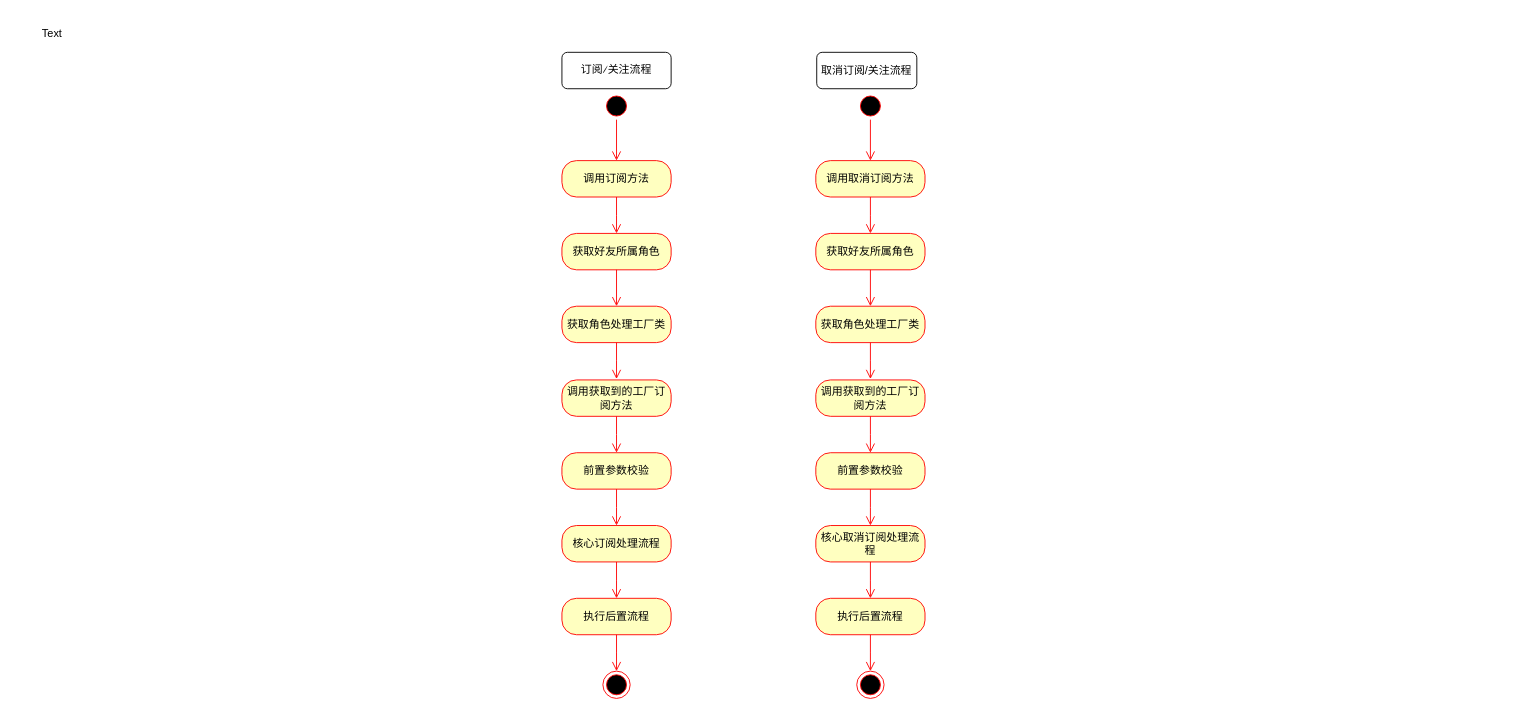
Earlier version of the draw.io diagram webchat/二、好友关系设计.drawio (niuxiaocong/knowledage-notes). Source tidied: cells renumbered, new cells numbered last; positions are measured from the earlier drawing's top-left corner, leaving out a move shared by most shapes. Both pictures are drawn from the tidied source at 91%, with x=0, y=0 at pixel (15, 15).
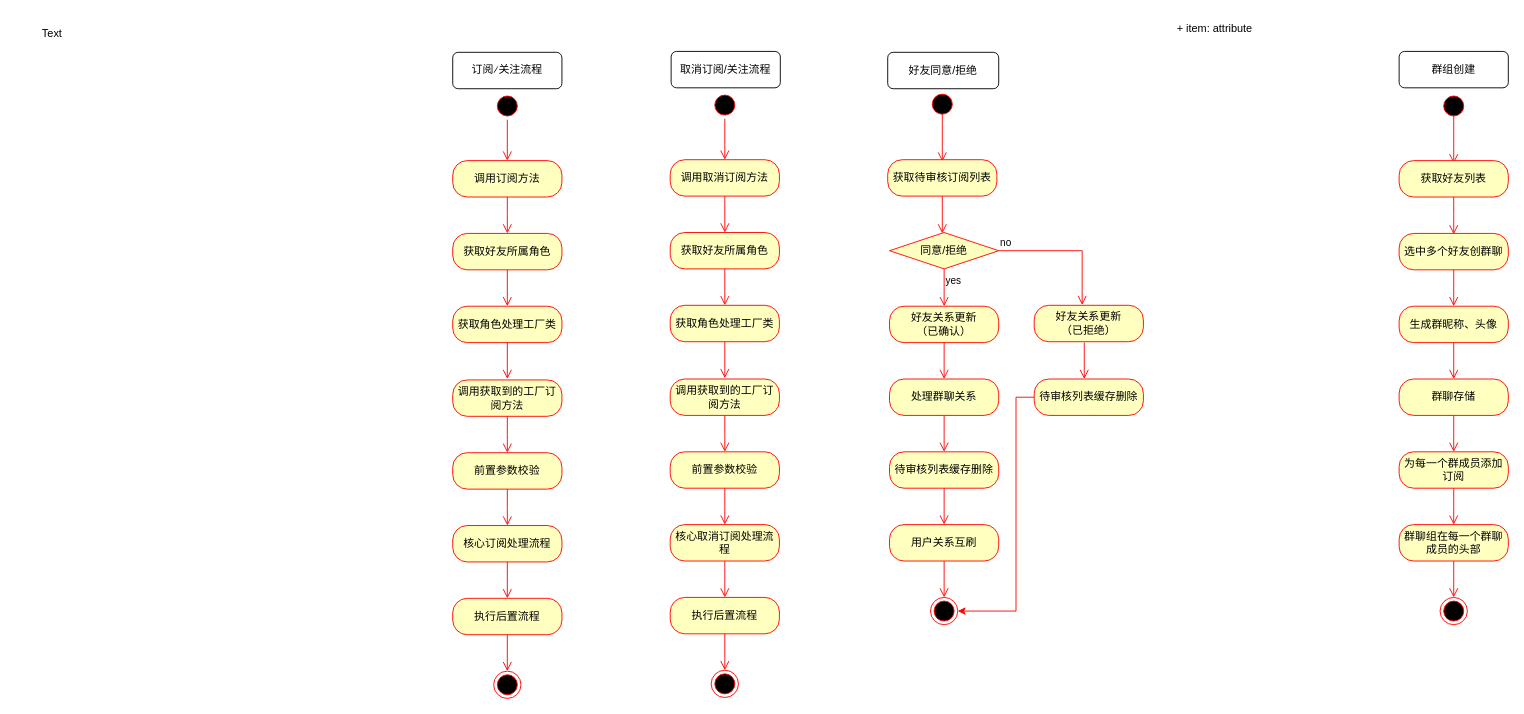
After the change.

Commit message:
更新二、好友关系设计.drawio

What changed in the source:
```diff
@@
     <mxCell id="2" value="订阅/关注流程" style="rounded=1;whiteSpace=wrap;html=1;hachureGap=4;fontFamily=Architects Daughter;glass=0;" parent="1" vertex="1">
-      <mxGeometry x="600" y="40" width="120" height="40" as="geometry" />
+      <mxGeometry x="480" y="40" width="120" height="40" as="geometry" />
     </mxCell>
     <mxCell id="3" value="取消订阅/关注流程" style="rounded=1;whiteSpace=wrap;html=1;" parent="1" vertex="1">
-      <mxGeometry x="880" y="40" width="110" height="40" as="geometry" />
+      <mxGeometry x="720" y="39" width="120" height="40" as="geometry" />
     </mxCell>
@@
     <mxCell id="5" style="ellipse;html=1;shape=startState;fillColor=#000000;strokeColor=#ff0000;" parent="1" vertex="1">
-      <mxGeometry x="645" y="84" width="30" height="30" as="geometry" />
+      <mxGeometry x="525" y="84" width="30" height="30" as="geometry" />
     </mxCell>
@@
     <mxCell id="7" value="&lt;font style=&quot;color: rgb(0, 0, 0);&quot;&gt;调用订阅方法&lt;/font&gt;" style="rounded=1;whiteSpace=wrap;html=1;arcSize=40;fontColor=#000000;fillColor=#ffffc0;strokeColor=#ff0000;" parent="1" vertex="1">
-      <mxGeometry x="600" y="159" width="120" height="40" as="geometry" />
+      <mxGeometry x="480" y="159" width="120" height="40" as="geometry" />
     </mxCell>
     <mxCell id="8" style="edgeStyle=orthogonalEdgeStyle;html=1;verticalAlign=bottom;endArrow=open;endSize=8;strokeColor=#ff0000;rounded=0;" parent="1" edge="1" source="7">
       <mxGeometry relative="1" as="geometry">
-        <mxPoint x="660" y="239" as="targetPoint" />
+        <mxPoint x="540" y="239" as="targetPoint" />
       </mxGeometry>
     </mxCell>
     <mxCell id="9" value="获取好友所属角色" style="rounded=1;whiteSpace=wrap;html=1;arcSize=40;fontColor=#000000;fillColor=#ffffc0;strokeColor=#ff0000;" parent="1" vertex="1">
-      <mxGeometry x="600" y="239" width="120" height="40" as="geometry" />
+      <mxGeometry x="480" y="239" width="120" height="40" as="geometry" />
     </mxCell>
     <mxCell id="10" style="edgeStyle=orthogonalEdgeStyle;html=1;verticalAlign=bottom;endArrow=open;endSize=8;strokeColor=#ff0000;rounded=0;" parent="1" edge="1" source="9">
       <mxGeometry relative="1" as="geometry">
-        <mxPoint x="660" y="319" as="targetPoint" />
+        <mxPoint x="540" y="319" as="targetPoint" />
       </mxGeometry>
     </mxCell>
     <mxCell id="11" value="获取角色处理工厂类" style="rounded=1;whiteSpace=wrap;html=1;arcSize=40;fontColor=#000000;fillColor=#ffffc0;strokeColor=#ff0000;" parent="1" vertex="1">
-      <mxGeometry x="600" y="319" width="120" height="40" as="geometry" />
+      <mxGeometry x="480" y="319" width="120" height="40" as="geometry" />
     </mxCell>
     <mxCell id="12" style="edgeStyle=orthogonalEdgeStyle;html=1;verticalAlign=bottom;endArrow=open;endSize=8;strokeColor=#ff0000;rounded=0;" parent="1" edge="1" source="11">
       <mxGeometry relative="1" as="geometry">
-        <mxPoint x="660" y="399" as="targetPoint" />
+        <mxPoint x="540" y="399" as="targetPoint" />
       </mxGeometry>
     </mxCell>
     <mxCell id="13" value="调用获取到的工厂订阅方法" style="rounded=1;whiteSpace=wrap;html=1;arcSize=40;fontColor=#000000;fillColor=#ffffc0;strokeColor=#ff0000;" parent="1" vertex="1">
-      <mxGeometry x="600" y="400" width="120" height="40" as="geometry" />
+      <mxGeometry x="480" y="400" width="120" height="40" as="geometry" />
     </mxCell>
     <mxCell id="14" style="edgeStyle=orthogonalEdgeStyle;html=1;verticalAlign=bottom;endArrow=open;endSize=8;strokeColor=#ff0000;rounded=0;" parent="1" edge="1" source="13">
       <mxGeometry relative="1" as="geometry">
-        <mxPoint x="660" y="480" as="targetPoint" />
+        <mxPoint x="540" y="480" as="targetPoint" />
       </mxGeometry>
     </mxCell>
     <mxCell id="15" value="前置参数校验" style="rounded=1;whiteSpace=wrap;html=1;arcSize=40;fontColor=#000000;fillColor=#ffffc0;strokeColor=#ff0000;" parent="1" vertex="1">
-      <mxGeometry x="600" y="480" width="120" height="40" as="geometry" />
+      <mxGeometry x="480" y="480" width="120" height="40" as="geometry" />
     </mxCell>
     <mxCell id="16" style="edgeStyle=orthogonalEdgeStyle;html=1;verticalAlign=bottom;endArrow=open;endSize=8;strokeColor=#ff0000;rounded=0;" parent="1" edge="1" source="15">
       <mxGeometry relative="1" as="geometry">
-        <mxPoint x="660" y="560" as="targetPoint" />
+        <mxPoint x="540" y="560" as="targetPoint" />
       </mxGeometry>
     </mxCell>
     <mxCell id="17" value="核心订阅处理流程" style="rounded=1;whiteSpace=wrap;html=1;arcSize=40;fontColor=#000000;fillColor=#ffffc0;strokeColor=#ff0000;" parent="1" vertex="1">
-      <mxGeometry x="600" y="560" width="120" height="40" as="geometry" />
+      <mxGeometry x="480" y="560" width="120" height="40" as="geometry" />
     </mxCell>
     <mxCell id="18" style="edgeStyle=orthogonalEdgeStyle;html=1;verticalAlign=bottom;endArrow=open;endSize=8;strokeColor=#ff0000;rounded=0;" parent="1" edge="1" source="17">
       <mxGeometry relative="1" as="geometry">
-        <mxPoint x="660" y="640" as="targetPoint" />
+        <mxPoint x="540" y="640" as="targetPoint" />
       </mxGeometry>
     </mxCell>
     <mxCell id="19" value="执行后置流程" style="rounded=1;whiteSpace=wrap;html=1;arcSize=40;fontColor=#000000;fillColor=#ffffc0;strokeColor=#ff0000;" parent="1" vertex="1">
-      <mxGeometry x="600" y="640" width="120" height="40" as="geometry" />
+      <mxGeometry x="480" y="640" width="120" height="40" as="geometry" />
     </mxCell>
     <mxCell id="20" style="edgeStyle=orthogonalEdgeStyle;html=1;verticalAlign=bottom;endArrow=open;endSize=8;strokeColor=#ff0000;rounded=0;" parent="1" edge="1" source="19">
       <mxGeometry relative="1" as="geometry">
-        <mxPoint x="660" y="720" as="targetPoint" />
+        <mxPoint x="540" y="720" as="targetPoint" />
       </mxGeometry>
     </mxCell>
     <mxCell id="21" style="ellipse;html=1;shape=endState;fillColor=#000000;strokeColor=#ff0000;" parent="1" vertex="1">
-      <mxGeometry x="645" y="720" width="30" height="30" as="geometry" />
+      <mxGeometry x="525" y="720" width="30" height="30" as="geometry" />
     </mxCell>
     <mxCell id="22" style="ellipse;html=1;shape=startState;fillColor=#000000;strokeColor=#ff0000;" parent="1" vertex="1">
-      <mxGeometry x="924" y="84" width="30" height="30" as="geometry" />
+      <mxGeometry x="764" y="83" width="30" height="30" as="geometry" />
     </mxCell>
@@
     <mxCell id="24" value="&lt;font style=&quot;color: rgb(0, 0, 0);&quot;&gt;调用取消订阅方法&lt;/font&gt;" style="rounded=1;whiteSpace=wrap;html=1;arcSize=40;fontColor=#000000;fillColor=#ffffc0;strokeColor=#ff0000;" parent="1" vertex="1">
-      <mxGeometry x="879" y="159" width="120" height="40" as="geometry" />
+      <mxGeometry x="719" y="158" width="120" height="40" as="geometry" />
     </mxCell>
     <mxCell id="25" style="edgeStyle=orthogonalEdgeStyle;html=1;verticalAlign=bottom;endArrow=open;endSize=8;strokeColor=#ff0000;rounded=0;" parent="1" edge="1" source="24">
       <mxGeometry relative="1" as="geometry">
-        <mxPoint x="939" y="239" as="targetPoint" />
+        <mxPoint x="779" y="238" as="targetPoint" />
       </mxGeometry>
     </mxCell>
     <mxCell id="26" value="获取好友所属角色" style="rounded=1;whiteSpace=wrap;html=1;arcSize=40;fontColor=#000000;fillColor=#ffffc0;strokeColor=#ff0000;" parent="1" vertex="1">
-      <mxGeometry x="879" y="239" width="120" height="40" as="geometry" />
+      <mxGeometry x="719" y="238" width="120" height="40" as="geometry" />
     </mxCell>
     <mxCell id="27" style="edgeStyle=orthogonalEdgeStyle;html=1;verticalAlign=bottom;endArrow=open;endSize=8;strokeColor=#ff0000;rounded=0;" parent="1" edge="1" source="26">
       <mxGeometry relative="1" as="geometry">
-        <mxPoint x="939" y="319" as="targetPoint" />
+        <mxPoint x="779" y="318" as="targetPoint" />
       </mxGeometry>
     </mxCell>
     <mxCell id="28" value="获取角色处理工厂类" style="rounded=1;whiteSpace=wrap;html=1;arcSize=40;fontColor=#000000;fillColor=#ffffc0;strokeColor=#ff0000;" parent="1" vertex="1">
-      <mxGeometry x="879" y="319" width="120" height="40" as="geometry" />
+      <mxGeometry x="719" y="318" width="120" height="40" as="geometry" />
     </mxCell>
     <mxCell id="29" style="edgeStyle=orthogonalEdgeStyle;html=1;verticalAlign=bottom;endArrow=open;endSize=8;strokeColor=#ff0000;rounded=0;" parent="1" edge="1" source="28">
       <mxGeometry relative="1" as="geometry">
-        <mxPoint x="939" y="399" as="targetPoint" />
+        <mxPoint x="779" y="398" as="targetPoint" />
       </mxGeometry>
     </mxCell>
     <mxCell id="30" value="调用获取到的工厂订阅方法" style="rounded=1;whiteSpace=wrap;html=1;arcSize=40;fontColor=#000000;fillColor=#ffffc0;strokeColor=#ff0000;" parent="1" vertex="1">
-      <mxGeometry x="879" y="400" width="120" height="40" as="geometry" />
+      <mxGeometry x="719" y="399" width="120" height="40" as="geometry" />
     </mxCell>
     <mxCell id="31" style="edgeStyle=orthogonalEdgeStyle;html=1;verticalAlign=bottom;endArrow=open;endSize=8;strokeColor=#ff0000;rounded=0;" parent="1" edge="1" source="30">
       <mxGeometry relative="1" as="geometry">
-        <mxPoint x="939" y="480" as="targetPoint" />
+        <mxPoint x="779" y="479" as="targetPoint" />
       </mxGeometry>
     </mxCell>
     <mxCell id="32" value="前置参数校验" style="rounded=1;whiteSpace=wrap;html=1;arcSize=40;fontColor=#000000;fillColor=#ffffc0;strokeColor=#ff0000;" parent="1" vertex="1">
-      <mxGeometry x="879" y="480" width="120" height="40" as="geometry" />
+      <mxGeometry x="719" y="479" width="120" height="40" as="geometry" />
     </mxCell>
     <mxCell id="33" style="edgeStyle=orthogonalEdgeStyle;html=1;verticalAlign=bottom;endArrow=open;endSize=8;strokeColor=#ff0000;rounded=0;" parent="1" edge="1" source="32">
       <mxGeometry relative="1" as="geometry">
-        <mxPoint x="939" y="560" as="targetPoint" />
+        <mxPoint x="779" y="559" as="targetPoint" />
       </mxGeometry>
     </mxCell>
     <mxCell id="34" value="核心取消订阅处理流程" style="rounded=1;whiteSpace=wrap;html=1;arcSize=40;fontColor=#000000;fillColor=#ffffc0;strokeColor=#ff0000;" parent="1" vertex="1">
-      <mxGeometry x="879" y="560" width="120" height="40" as="geometry" />
+      <mxGeometry x="719" y="559" width="120" height="40" as="geometry" />
     </mxCell>
     <mxCell id="35" style="edgeStyle=orthogonalEdgeStyle;html=1;verticalAlign=bottom;endArrow=open;endSize=8;strokeColor=#ff0000;rounded=0;" parent="1" edge="1" source="34">
       <mxGeometry relative="1" as="geometry">
-        <mxPoint x="939" y="640" as="targetPoint" />
+        <mxPoint x="779" y="639" as="targetPoint" />
       </mxGeometry>
     </mxCell>
     <mxCell id="36" value="执行后置流程" style="rounded=1;whiteSpace=wrap;html=1;arcSize=40;fontColor=#000000;fillColor=#ffffc0;strokeColor=#ff0000;" parent="1" vertex="1">
-      <mxGeometry x="879" y="640" width="120" height="40" as="geometry" />
+      <mxGeometry x="719" y="639" width="120" height="40" as="geometry" />
     </mxCell>
     <mxCell id="37" style="edgeStyle=orthogonalEdgeStyle;html=1;verticalAlign=bottom;endArrow=open;endSize=8;strokeColor=#ff0000;rounded=0;" parent="1" edge="1" source="36">
       <mxGeometry relative="1" as="geometry">
-        <mxPoint x="939" y="720" as="targetPoint" />
+        <mxPoint x="779" y="719" as="targetPoint" />
       </mxGeometry>
     </mxCell>
     <mxCell id="38" style="ellipse;html=1;shape=endState;fillColor=#000000;strokeColor=#ff0000;" parent="1" vertex="1">
-      <mxGeometry x="924" y="720" width="30" height="30" as="geometry" />
+      <mxGeometry x="764" y="719" width="30" height="30" as="geometry" />
     </mxCell>
+    <mxCell id="39" value="好友同意/拒绝" style="rounded=1;whiteSpace=wrap;html=1;" parent="1" vertex="1">
+      <mxGeometry x="958" y="40" width="122" height="40" as="geometry" />
+    </mxCell>
+    <mxCell id="40" style="ellipse;html=1;shape=startState;fillColor=#000000;strokeColor=#ff0000;" parent="1" vertex="1">
+      <mxGeometry x="1003" y="82" width="30" height="30" as="geometry" />
+    </mxCell>
+    <mxCell id="41" style="edgeStyle=orthogonalEdgeStyle;html=1;verticalAlign=bottom;endArrow=open;endSize=8;strokeColor=#ff0000;rounded=0;" parent="1" edge="1">
+      <mxGeometry relative="1" as="geometry">
+        <mxPoint x="1018" y="107" as="sourcePoint" />
+        <mxPoint x="1018" y="160" as="targetPoint" />
+      </mxGeometry>
+    </mxCell>
+    <mxCell id="42" value="获取待审核订阅列表" style="rounded=1;whiteSpace=wrap;html=1;arcSize=40;fontColor=#000000;fillColor=#ffffc0;strokeColor=#ff0000;" parent="1" vertex="1">
+      <mxGeometry x="958" y="158" width="120" height="40" as="geometry" />
+    </mxCell>
+    <mxCell id="43" style="edgeStyle=orthogonalEdgeStyle;html=1;verticalAlign=bottom;endArrow=open;endSize=8;strokeColor=#ff0000;rounded=0;" parent="1" edge="1" source="42">
+      <mxGeometry relative="1" as="geometry">
+        <mxPoint x="1018" y="239" as="targetPoint" />
+      </mxGeometry>
+    </mxCell>
+    <mxCell id="44" value="同意/拒绝" style="rhombus;whiteSpace=wrap;html=1;fontColor=#000000;fillColor=#ffffc0;strokeColor=#ff0000;" parent="1" vertex="1">
+      <mxGeometry x="960" y="238" width="120" height="40" as="geometry" />
+    </mxCell>
+    <mxCell id="45" value="no" style="edgeStyle=orthogonalEdgeStyle;html=1;align=left;verticalAlign=bottom;endArrow=open;endSize=8;strokeColor=#ff0000;rounded=0;entryX=0.439;entryY=-0.008;entryDx=0;entryDy=0;entryPerimeter=0;" parent="1" edge="1" source="44" target="56">
+      <mxGeometry x="-1" relative="1" as="geometry" />
+    </mxCell>
+    <mxCell id="46" value="yes" style="edgeStyle=orthogonalEdgeStyle;html=1;align=left;verticalAlign=top;endArrow=open;endSize=8;strokeColor=#ff0000;rounded=0;" parent="1" edge="1" source="44">
+      <mxGeometry x="-1" relative="1" as="geometry">
+        <mxPoint x="1020" y="319" as="targetPoint" />
+      </mxGeometry>
+    </mxCell>
+    <mxCell id="47" value="好友关系更新&lt;br&gt;（已确认）" style="rounded=1;whiteSpace=wrap;html=1;arcSize=40;fontColor=#000000;fillColor=#ffffc0;strokeColor=#ff0000;" parent="1" vertex="1">
+      <mxGeometry x="960" y="319" width="120" height="40" as="geometry" />
+    </mxCell>
+    <mxCell id="48" style="edgeStyle=orthogonalEdgeStyle;html=1;verticalAlign=bottom;endArrow=open;endSize=8;strokeColor=#ff0000;rounded=0;" parent="1" edge="1" source="47">
+      <mxGeometry relative="1" as="geometry">
+        <mxPoint x="1020" y="399" as="targetPoint" />
+      </mxGeometry>
+    </mxCell>
+    <mxCell id="49" value="处理群聊关系" style="rounded=1;whiteSpace=wrap;html=1;arcSize=40;fontColor=#000000;fillColor=#ffffc0;strokeColor=#ff0000;" parent="1" vertex="1">
+      <mxGeometry x="960" y="399" width="120" height="40" as="geometry" />
+    </mxCell>
+    <mxCell id="50" style="edgeStyle=orthogonalEdgeStyle;html=1;verticalAlign=bottom;endArrow=open;endSize=8;strokeColor=#ff0000;rounded=0;" parent="1" edge="1" source="49">
+      <mxGeometry relative="1" as="geometry">
+        <mxPoint x="1020" y="479" as="targetPoint" />
+      </mxGeometry>
+    </mxCell>
+    <mxCell id="51" value="待审核列表缓存删除" style="rounded=1;whiteSpace=wrap;html=1;arcSize=40;fontColor=#000000;fillColor=#ffffc0;strokeColor=#ff0000;" parent="1" vertex="1">
+      <mxGeometry x="960" y="479" width="120" height="40" as="geometry" />
+    </mxCell>
+    <mxCell id="52" style="edgeStyle=orthogonalEdgeStyle;html=1;verticalAlign=bottom;endArrow=open;endSize=8;strokeColor=#ff0000;rounded=0;" parent="1" edge="1" source="51">
+      <mxGeometry relative="1" as="geometry">
+        <mxPoint x="1020" y="559" as="targetPoint" />
+      </mxGeometry>
+    </mxCell>
+    <mxCell id="53" value="用户关系互刷" style="rounded=1;whiteSpace=wrap;html=1;arcSize=40;fontColor=#000000;fillColor=#ffffc0;strokeColor=#ff0000;" parent="1" vertex="1">
+      <mxGeometry x="960" y="559" width="120" height="40" as="geometry" />
+    </mxCell>
+    <mxCell id="54" style="edgeStyle=orthogonalEdgeStyle;html=1;verticalAlign=bottom;endArrow=open;endSize=8;strokeColor=#ff0000;rounded=0;" parent="1" edge="1" source="53">
+      <mxGeometry relative="1" as="geometry">
+        <mxPoint x="1020" y="639" as="targetPoint" />
+      </mxGeometry>
+    </mxCell>
+    <mxCell id="55" style="ellipse;html=1;shape=endState;fillColor=#000000;strokeColor=#ff0000;" parent="1" vertex="1">
+      <mxGeometry x="1005" y="639" width="30" height="30" as="geometry" />
+    </mxCell>
+    <mxCell id="56" value="好友关系更新&lt;br&gt;（已拒绝）" style="rounded=1;whiteSpace=wrap;html=1;arcSize=40;fontColor=#000000;fillColor=#ffffc0;strokeColor=#ff0000;" parent="1" vertex="1">
+      <mxGeometry x="1119" y="318" width="120" height="40" as="geometry" />
+    </mxCell>
+    <mxCell id="57" style="edgeStyle=orthogonalEdgeStyle;rounded=0;jettySize=auto;html=1;entryX=1;entryY=0.5;entryDx=0;entryDy=0;strokeColor=#FF0000;exitX=0.5;exitY=1;exitDx=0;exitDy=0;" parent="1" edge="1" source="58" target="55">
+      <mxGeometry relative="1" as="geometry">
+        <Array as="points">
+          <mxPoint x="1179" y="419" />
+          <mxPoint x="1099" y="419" />
+          <mxPoint x="1099" y="654" />
+        </Array>
+      </mxGeometry>
+    </mxCell>
+    <mxCell id="58" value="待审核列表缓存删除" style="rounded=1;whiteSpace=wrap;html=1;arcSize=40;fontColor=#000000;fillColor=#ffffc0;strokeColor=#ff0000;" parent="1" vertex="1">
+      <mxGeometry x="1119" y="399" width="120" height="40" as="geometry" />
+    </mxCell>
+    <mxCell id="59" style="edgeStyle=orthogonalEdgeStyle;html=1;verticalAlign=bottom;endArrow=open;endSize=8;strokeColor=#ff0000;rounded=0;" parent="1" edge="1">
+      <mxGeometry relative="1" as="geometry">
+        <mxPoint x="1174" y="359" as="sourcePoint" />
+        <mxPoint x="1174" y="399" as="targetPoint" />
+      </mxGeometry>
+    </mxCell>
+    <mxCell id="60" value="+ item: attribute" style="text;strokeColor=none;fillColor=none;align=left;verticalAlign=top;spacingLeft=4;spacingRight=4;overflow=hidden;whiteSpace=wrap;html=1;" parent="1" vertex="1">
+      <mxGeometry x="1270" width="100" height="26" as="geometry" />
+    </mxCell>
+    <mxCell id="61" value="群组创建" style="rounded=1;whiteSpace=wrap;html=1;" parent="1" vertex="1">
+      <mxGeometry x="1520" y="39" width="120" height="40" as="geometry" />
+    </mxCell>
+    <mxCell id="62" style="ellipse;html=1;shape=startState;fillColor=#000000;strokeColor=#ff0000;" parent="1" vertex="1">
+      <mxGeometry x="1565" y="84" width="30" height="30" as="geometry" />
+    </mxCell>
+    <mxCell id="63" style="edgeStyle=orthogonalEdgeStyle;html=1;verticalAlign=bottom;endArrow=open;endSize=8;strokeColor=#ff0000;rounded=0;" parent="1" edge="1">
+      <mxGeometry relative="1" as="geometry">
+        <mxPoint x="1580" y="109" as="sourcePoint" />
+        <mxPoint x="1580" y="162" as="targetPoint" />
+      </mxGeometry>
+    </mxCell>
+    <mxCell id="64" value="获取好友列表" style="rounded=1;whiteSpace=wrap;html=1;arcSize=40;fontColor=#000000;fillColor=#ffffc0;strokeColor=#ff0000;" parent="1" vertex="1">
+      <mxGeometry x="1520" y="159" width="120" height="40" as="geometry" />
+    </mxCell>
+    <mxCell id="65" style="edgeStyle=orthogonalEdgeStyle;html=1;verticalAlign=bottom;endArrow=open;endSize=8;strokeColor=#ff0000;rounded=0;" parent="1" edge="1" source="64">
+      <mxGeometry relative="1" as="geometry">
+        <mxPoint x="1580" y="240" as="targetPoint" />
+      </mxGeometry>
+    </mxCell>
+    <mxCell id="66" value="选中多个好友创群聊" style="rounded=1;whiteSpace=wrap;html=1;arcSize=40;fontColor=#000000;fillColor=#ffffc0;strokeColor=#ff0000;" parent="1" vertex="1">
+      <mxGeometry x="1520" y="239" width="120" height="40" as="geometry" />
+    </mxCell>
+    <mxCell id="67" style="edgeStyle=orthogonalEdgeStyle;html=1;verticalAlign=bottom;endArrow=open;endSize=8;strokeColor=#ff0000;rounded=0;" parent="1" edge="1" source="66">
+      <mxGeometry relative="1" as="geometry">
+        <mxPoint x="1580" y="319" as="targetPoint" />
+      </mxGeometry>
+    </mxCell>
+    <mxCell id="68" value="生成群昵称、头像" style="rounded=1;whiteSpace=wrap;html=1;arcSize=40;fontColor=#000000;fillColor=#ffffc0;strokeColor=#ff0000;" parent="1" vertex="1">
+      <mxGeometry x="1520" y="319" width="120" height="40" as="geometry" />
+    </mxCell>
+    <mxCell id="69" style="edgeStyle=orthogonalEdgeStyle;html=1;verticalAlign=bottom;endArrow=open;endSize=8;strokeColor=#ff0000;rounded=0;" parent="1" edge="1" source="68">
+      <mxGeometry relative="1" as="geometry">
+        <mxPoint x="1580" y="399" as="targetPoint" />
+      </mxGeometry>
+    </mxCell>
+    <mxCell id="70" value="群聊存储" style="rounded=1;whiteSpace=wrap;html=1;arcSize=40;fontColor=#000000;fillColor=#ffffc0;strokeColor=#ff0000;" parent="1" vertex="1">
+      <mxGeometry x="1520" y="399" width="120" height="40" as="geometry" />
+    </mxCell>
+    <mxCell id="71" style="edgeStyle=orthogonalEdgeStyle;html=1;verticalAlign=bottom;endArrow=open;endSize=8;strokeColor=#ff0000;rounded=0;" parent="1" edge="1" source="70">
+      <mxGeometry relative="1" as="geometry">
+        <mxPoint x="1580" y="479" as="targetPoint" />
+      </mxGeometry>
+    </mxCell>
+    <mxCell id="72" value="为每一个群成员添加订阅" style="rounded=1;whiteSpace=wrap;html=1;arcSize=40;fontColor=#000000;fillColor=#ffffc0;strokeColor=#ff0000;" parent="1" vertex="1">
+      <mxGeometry x="1520" y="479" width="120" height="40" as="geometry" />
+    </mxCell>
+    <mxCell id="73" style="edgeStyle=orthogonalEdgeStyle;html=1;verticalAlign=bottom;endArrow=open;endSize=8;strokeColor=#ff0000;rounded=0;" parent="1" edge="1" source="72">
+      <mxGeometry relative="1" as="geometry">
+        <mxPoint x="1580" y="559" as="targetPoint" />
+      </mxGeometry>
+    </mxCell>
+    <mxCell id="74" value="群聊组在每一个群聊成员的头部" style="rounded=1;whiteSpace=wrap;html=1;arcSize=40;fontColor=#000000;fillColor=#ffffc0;strokeColor=#ff0000;" parent="1" vertex="1">
+      <mxGeometry x="1520" y="559" width="120" height="40" as="geometry" />
+    </mxCell>
+    <mxCell id="75" style="edgeStyle=orthogonalEdgeStyle;html=1;verticalAlign=bottom;endArrow=open;endSize=8;strokeColor=#ff0000;rounded=0;" parent="1" edge="1" source="74">
+      <mxGeometry relative="1" as="geometry">
+        <mxPoint x="1580" y="639" as="targetPoint" />
+      </mxGeometry>
+    </mxCell>
+    <mxCell id="76" style="ellipse;html=1;shape=endState;fillColor=#000000;strokeColor=#ff0000;" parent="1" vertex="1">
+      <mxGeometry x="1565" y="639" width="30" height="30" as="geometry" />
+    </mxCell>
```
